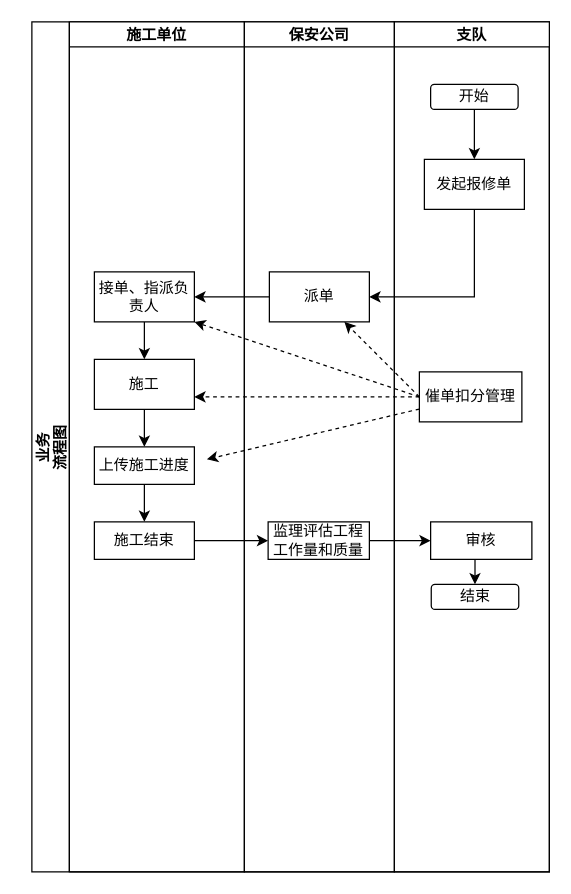
Earlier version of the draw.io diagram design/支队发起-应急.drawio (huyongchao98/dapp). Source tidied: cells renumbered, new cells numbered last; positions are measured from the earlier drawing's top-left corner, leaving out a move shared by most shapes. Both pictures are drawn from the tidied source at 125%, with x=0, y=0 at pixel (31, 21).
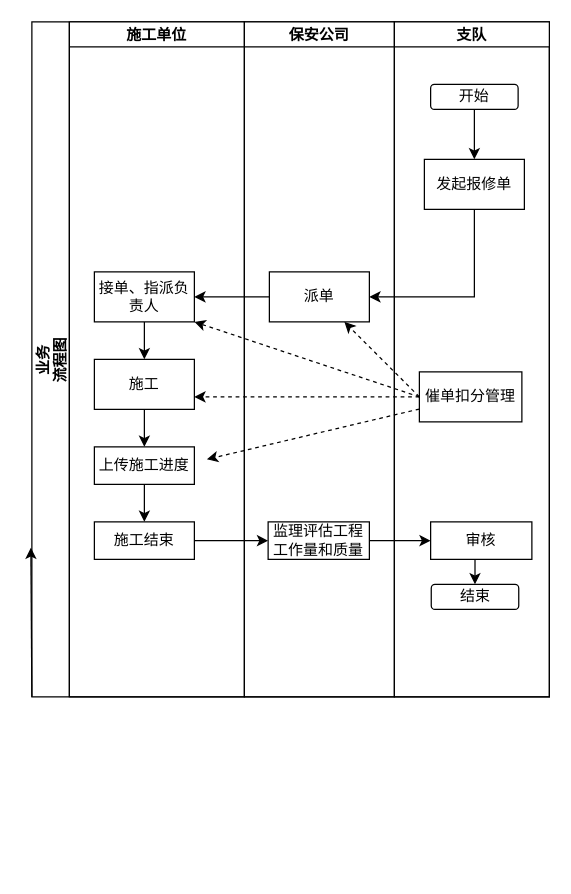
The same page after the edit.

Commit message:
更新支队发起-应急.drawio

Diff of the diagram source:
```diff
@@
     <mxCell id="2" value="业务&#10;流程图" style="swimlane;startSize=30;horizontal=0;" parent="1" vertex="1">
-      <mxGeometry width="414" height="680" as="geometry" />
+      <mxGeometry width="414" height="540" as="geometry" />
     </mxCell>
@@
     <mxCell id="6" value="施工单位" style="swimlane;startSize=20;" parent="2" vertex="1">
-      <mxGeometry x="30" width="140" height="680" as="geometry" />
+      <mxGeometry x="30" width="140" height="540" as="geometry" />
     </mxCell>
@@
     <mxCell id="14" value="保安公司" style="swimlane;startSize=20;" parent="2" vertex="1">
-      <mxGeometry x="170" width="120" height="680" as="geometry" />
+      <mxGeometry x="170" width="120" height="540" as="geometry" />
     </mxCell>
@@
     <mxCell id="17" value="支队" style="swimlane;startSize=20;" parent="2" vertex="1">
-      <mxGeometry x="290" width="124" height="680" as="geometry" />
+      <mxGeometry x="290" width="124" height="540" as="geometry" />
     </mxCell>
@@
+    <mxCell id="31" style="edgeStyle=none;rounded=0;orthogonalLoop=1;jettySize=auto;html=1;exitX=0;exitY=1;exitDx=0;exitDy=0;entryX=-0.002;entryY=0.779;entryDx=0;entryDy=0;entryPerimeter=0;" parent="1" edge="1" source="2" target="2">
+      <mxGeometry relative="1" as="geometry" />
+    </mxCell>
```
